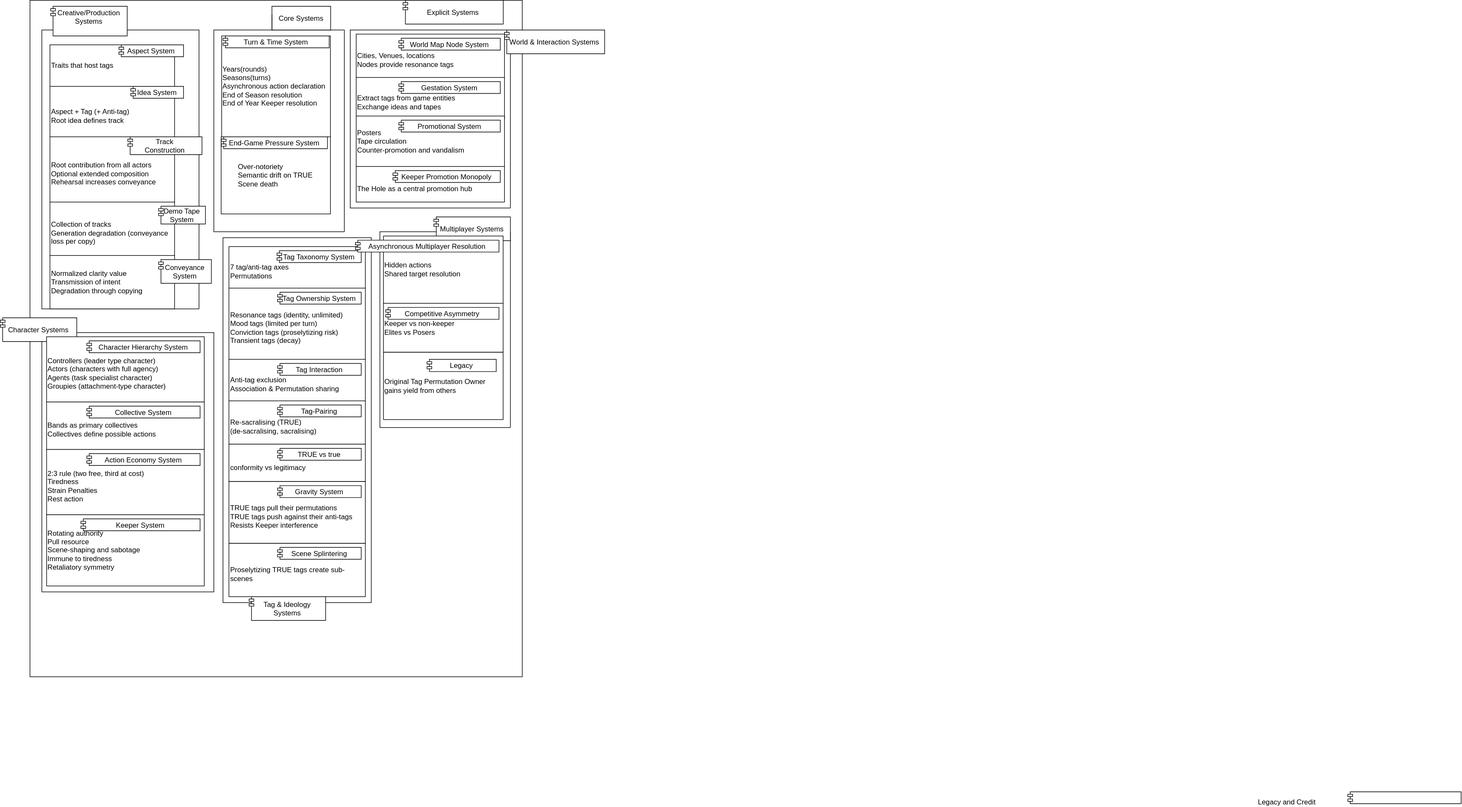
This is TheProspector/Assets/Schematics/AllSystemsReference.svg from SakuNurmiranta/TheProspector, a draw.io export, as it was before one commit. Source tidied: cells renumbered, new cells last; positions are measured from the earlier drawing's top-left corner, leaving out a move shared by most shapes.
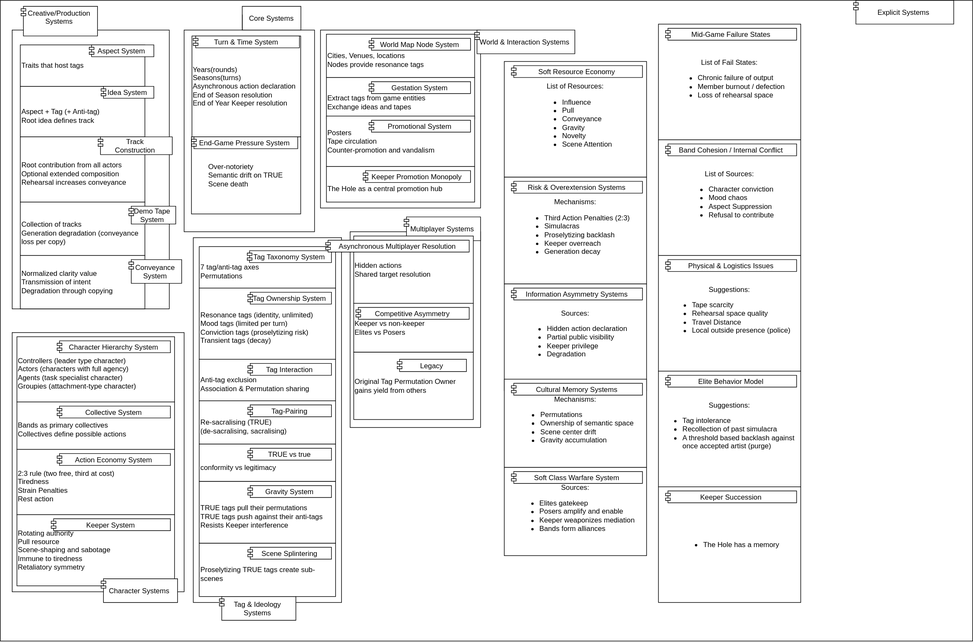
After the commit.

Diff of the diagram source:
```diff
@@ -3,7 +3,7 @@
     <mxCell id="0" />
     <mxCell id="1" parent="0" />
     <mxCell id="2" style="html=1;whiteSpace=wrap;labelPosition=center;verticalLabelPosition=top;align=center;verticalAlign=bottom;fontSize=16;horizontal=1;" parent="1" vertex="1">
-      <mxGeometry width="830" height="1140" as="geometry" />
+      <mxGeometry width="1640" height="1080" as="geometry" />
     </mxCell>
     <mxCell id="3" value="Explicit Systems" style="shape=module;jettyWidth=8;jettyHeight=4;" parent="2" vertex="1">
       <mxGeometry x="1" width="169" height="40" relative="1" as="geometry">
@@ -127,11 +127,6 @@
     <mxCell id="34" style="html=1;whiteSpace=wrap;" parent="33" vertex="1">
       <mxGeometry width="290" height="437" as="geometry" />
     </mxCell>
-    <mxCell id="35" value="Character Systems" style="shape=module;jettyWidth=8;jettyHeight=4;" parent="34" vertex="1">
-      <mxGeometry x="1" width="129" height="40" relative="1" as="geometry">
-        <mxPoint x="-360" y="-25" as="offset" />
-      </mxGeometry>
-    </mxCell>
     <mxCell id="36" value="&lt;br&gt;&lt;span style=&quot;background-color: initial;&quot;&gt;Controllers (leader type character)&lt;/span&gt;&lt;br&gt;&lt;span style=&quot;background-color: initial;&quot;&gt;Actors (characters with full agency)&lt;/span&gt;&lt;br&gt;&lt;span style=&quot;background-color: initial;&quot;&gt;Agents (task specialist character)&lt;/span&gt;&lt;br&gt;&lt;span style=&quot;background-color: initial;&quot;&gt;Groupies (attachment-type character)&lt;/span&gt;" style="html=1;whiteSpace=wrap;align=left;" parent="33" vertex="1">
       <mxGeometry x="8.1" y="7" width="265.8" height="110" as="geometry" />
     </mxCell>
@@ -164,14 +159,11 @@
         <mxPoint x="-208" y="7" as="offset" />
       </mxGeometry>
     </mxCell>
-    <mxCell id="44" style="group;" parent="1" vertex="1">
-      <mxGeometry x="1040" y="560" width="360" height="437" as="geometry" />
-    </mxCell>
-    <mxCell id="45" value="Legacy and Credit" style="shape=module;jettyWidth=8;jettyHeight=4;" parent="44" vertex="1">
-      <mxGeometry x="1182" y="774" width="191" height="20" as="geometry">
-        <mxPoint x="-198" y="7" as="offset" />
-      </mxGeometry>
-    </mxCell>
+    <mxCell id="35" value="Character Systems" style="shape=module;jettyWidth=8;jettyHeight=4;" parent="33" vertex="1">
+      <mxGeometry x="1" width="129" height="40" relative="1" as="geometry">
+        <mxPoint x="-140" y="415" as="offset" />
+      </mxGeometry>
+    </mxCell>
     <mxCell id="46" style="group;" parent="1" vertex="1">
       <mxGeometry x="325.5" y="400" width="270" height="615" as="geometry" />
     </mxCell>
@@ -272,5 +264,94 @@
     <mxCell id="71" value="Legacy" style="shape=module;jettyWidth=8;jettyHeight=4;" parent="63" vertex="1">
       <mxGeometry x="79.4" y="215" width="116.7" height="20.6" as="geometry" />
     </mxCell>
+    <mxCell id="72" value="List of Resources:&lt;br&gt;&lt;ul&gt;&lt;li style=&quot;text-align: left;&quot;&gt;Influence&lt;/li&gt;&lt;li style=&quot;text-align: left;&quot;&gt;Pull&lt;/li&gt;&lt;li style=&quot;text-align: left;&quot;&gt;Conveyance&lt;/li&gt;&lt;li style=&quot;text-align: left;&quot;&gt;Gravity&lt;/li&gt;&lt;li style=&quot;text-align: left;&quot;&gt;Novelty&lt;/li&gt;&lt;li style=&quot;text-align: left;&quot;&gt;Scene Attention&lt;/li&gt;&lt;/ul&gt;" style="html=1;whiteSpace=wrap;fontSize=12;" parent="1" vertex="1">
+      <mxGeometry x="850" y="103" width="240" height="195" as="geometry" />
+    </mxCell>
+    <mxCell id="73" value="Soft Resource Economy" style="shape=module;jettyWidth=8;jettyHeight=4;" parent="72" vertex="1">
+      <mxGeometry x="1" width="221" height="20" relative="1" as="geometry">
+        <mxPoint x="-228" y="7" as="offset" />
+      </mxGeometry>
+    </mxCell>
+    <mxCell id="74" value="Mechanisms:&lt;br&gt;&lt;ul&gt;&lt;li style=&quot;text-align: left;&quot;&gt;Third Action Penalties (2:3)&lt;/li&gt;&lt;li style=&quot;text-align: left;&quot;&gt;Simulacras&lt;/li&gt;&lt;li style=&quot;text-align: left;&quot;&gt;Proselytizing backlash&lt;/li&gt;&lt;li style=&quot;text-align: left;&quot;&gt;Keeper overreach&lt;/li&gt;&lt;li style=&quot;text-align: left;&quot;&gt;Generation decay&lt;/li&gt;&lt;/ul&gt;" style="html=1;whiteSpace=wrap;fontSize=12;" parent="1" vertex="1">
+      <mxGeometry x="850" y="298" width="240" height="180" as="geometry" />
+    </mxCell>
+    <mxCell id="75" value="Risk &amp; Overextension Systems" style="shape=module;jettyWidth=8;jettyHeight=4;" parent="74" vertex="1">
+      <mxGeometry x="1" width="221" height="20" relative="1" as="geometry">
+        <mxPoint x="-228" y="7" as="offset" />
+      </mxGeometry>
+    </mxCell>
+    <mxCell id="76" value="Sources:&lt;br&gt;&lt;ul&gt;&lt;li style=&quot;text-align: left;&quot;&gt;Hidden action declaration&lt;/li&gt;&lt;li style=&quot;text-align: left;&quot;&gt;Partial public visibility&lt;/li&gt;&lt;li style=&quot;text-align: left;&quot;&gt;Keeper privilege&lt;/li&gt;&lt;li style=&quot;text-align: left;&quot;&gt;Degradation&lt;/li&gt;&lt;/ul&gt;" style="html=1;whiteSpace=wrap;fontSize=12;" parent="1" vertex="1">
+      <mxGeometry x="850" y="478" width="240" height="180" as="geometry" />
+    </mxCell>
+    <mxCell id="77" value="Information Asymmetry Systems" style="shape=module;jettyWidth=8;jettyHeight=4;" parent="76" vertex="1">
+      <mxGeometry x="1" width="221" height="20" relative="1" as="geometry">
+        <mxPoint x="-228" y="7" as="offset" />
+      </mxGeometry>
+    </mxCell>
+    <mxCell id="78" style="group;" parent="1" vertex="1">
+      <mxGeometry x="1110" y="40" width="240" height="975" as="geometry" />
+    </mxCell>
+    <mxCell id="79" value="List of Fail States:&lt;br&gt;&lt;ul&gt;&lt;li style=&quot;text-align: left;&quot;&gt;Chronic failure of output&lt;/li&gt;&lt;li style=&quot;text-align: left;&quot;&gt;Member burnout / defection&lt;/li&gt;&lt;li style=&quot;text-align: left;&quot;&gt;Loss of rehearsal space&lt;/li&gt;&lt;/ul&gt;" style="html=1;whiteSpace=wrap;fontSize=12;" parent="78" vertex="1">
+      <mxGeometry width="240" height="195" as="geometry" />
+    </mxCell>
+    <mxCell id="80" value="Mid-Game Failure States" style="shape=module;jettyWidth=8;jettyHeight=4;" parent="79" vertex="1">
+      <mxGeometry x="1" width="221" height="20" relative="1" as="geometry">
+        <mxPoint x="-228" y="7" as="offset" />
+      </mxGeometry>
+    </mxCell>
+    <mxCell id="81" value="List of Sources:&lt;br&gt;&lt;ul&gt;&lt;li style=&quot;text-align: left;&quot;&gt;Character conviction&lt;/li&gt;&lt;li style=&quot;text-align: left;&quot;&gt;Mood chaos&lt;/li&gt;&lt;li style=&quot;text-align: left;&quot;&gt;Aspect Suppression&lt;/li&gt;&lt;li style=&quot;text-align: left;&quot;&gt;Refusal to contribute&lt;/li&gt;&lt;/ul&gt;" style="html=1;whiteSpace=wrap;fontSize=12;" parent="78" vertex="1">
+      <mxGeometry y="195" width="240" height="195" as="geometry" />
+    </mxCell>
+    <mxCell id="82" value="Band Cohesion / Internal Conflict" style="shape=module;jettyWidth=8;jettyHeight=4;" parent="81" vertex="1">
+      <mxGeometry x="1" width="221" height="20" relative="1" as="geometry">
+        <mxPoint x="-228" y="7" as="offset" />
+      </mxGeometry>
+    </mxCell>
+    <mxCell id="83" value="Suggestions:&lt;br&gt;&lt;ul&gt;&lt;li style=&quot;text-align: left;&quot;&gt;Tape scarcity&lt;/li&gt;&lt;li style=&quot;text-align: left;&quot;&gt;Rehearsal space quality&lt;/li&gt;&lt;li style=&quot;text-align: left;&quot;&gt;Travel Distance&lt;/li&gt;&lt;li style=&quot;text-align: left;&quot;&gt;Local outside presence (police)&lt;/li&gt;&lt;/ul&gt;" style="html=1;whiteSpace=wrap;fontSize=12;" parent="78" vertex="1">
+      <mxGeometry y="390" width="240" height="195" as="geometry" />
+    </mxCell>
+    <mxCell id="84" value="Physical &amp; Logistics Issues" style="shape=module;jettyWidth=8;jettyHeight=4;" parent="83" vertex="1">
+      <mxGeometry x="1" width="221" height="20" relative="1" as="geometry">
+        <mxPoint x="-228" y="7" as="offset" />
+      </mxGeometry>
+    </mxCell>
+    <mxCell id="85" value="Suggestions:&lt;br&gt;&lt;ul&gt;&lt;li style=&quot;text-align: left;&quot;&gt;Tag intolerance&lt;/li&gt;&lt;li style=&quot;text-align: left;&quot;&gt;Recollection of past simulacra&lt;/li&gt;&lt;li style=&quot;text-align: left;&quot;&gt;A threshold based backlash against once accepted artist (purge)&lt;/li&gt;&lt;/ul&gt;" style="html=1;whiteSpace=wrap;fontSize=12;" parent="78" vertex="1">
+      <mxGeometry y="585" width="240" height="195" as="geometry" />
+    </mxCell>
+    <mxCell id="86" value="Elite Behavior Model" style="shape=module;jettyWidth=8;jettyHeight=4;" parent="85" vertex="1">
+      <mxGeometry x="1" width="221" height="20" relative="1" as="geometry">
+        <mxPoint x="-228" y="7" as="offset" />
+      </mxGeometry>
+    </mxCell>
+    <mxCell id="87" value="&lt;ul&gt;&lt;li&gt;The Hole has a memory&lt;/li&gt;&lt;/ul&gt;" style="html=1;whiteSpace=wrap;fontSize=12;" parent="78" vertex="1">
+      <mxGeometry y="780" width="240" height="195" as="geometry" />
+    </mxCell>
+    <mxCell id="88" value="Keeper Succession" style="shape=module;jettyWidth=8;jettyHeight=4;" parent="87" vertex="1">
+      <mxGeometry x="1" width="221" height="20" relative="1" as="geometry">
+        <mxPoint x="-228" y="7" as="offset" />
+      </mxGeometry>
+    </mxCell>
+    <mxCell id="89" style="group;" parent="1" vertex="1">
+      <mxGeometry x="1040" y="560" width="360" height="510" as="geometry" />
+    </mxCell>
+    <mxCell id="90" value="Mechanisms:&lt;br&gt;&lt;ul&gt;&lt;li style=&quot;text-align: left;&quot;&gt;Permutations&lt;/li&gt;&lt;li style=&quot;text-align: left;&quot;&gt;Ownership of semantic space&lt;/li&gt;&lt;li style=&quot;text-align: left;&quot;&gt;Scene center drift&lt;/li&gt;&lt;li style=&quot;text-align: left;&quot;&gt;Gravity accumulation&lt;/li&gt;&lt;/ul&gt;" style="html=1;whiteSpace=wrap;fontSize=12;" parent="89" vertex="1">
+      <mxGeometry x="-190" y="78.5" width="240" height="148.8" as="geometry" />
+    </mxCell>
+    <mxCell id="91" value="Cultural Memory Systems" style="shape=module;jettyWidth=8;jettyHeight=4;" parent="90" vertex="1">
+      <mxGeometry x="1" width="221" height="20" relative="1" as="geometry">
+        <mxPoint x="-228" y="7" as="offset" />
+      </mxGeometry>
+    </mxCell>
+    <mxCell id="92" style="group;" parent="89" vertex="1">
+      <mxGeometry y="148.8" width="360" height="361.2" as="geometry" />
+    </mxCell>
+    <mxCell id="93" value="Sources:&lt;br&gt;&lt;ul&gt;&lt;li style=&quot;text-align: left;&quot;&gt;Elites gatekeep&lt;/li&gt;&lt;li style=&quot;text-align: left;&quot;&gt;Posers amplify and enable&lt;/li&gt;&lt;li style=&quot;text-align: left;&quot;&gt;Keeper weaponizes mediation&lt;/li&gt;&lt;li style=&quot;text-align: left;&quot;&gt;Bands form alliances&lt;/li&gt;&lt;/ul&gt;" style="html=1;whiteSpace=wrap;fontSize=12;" parent="92" vertex="1">
+      <mxGeometry x="-190" y="78.5" width="240" height="148.8" as="geometry" />
+    </mxCell>
+    <mxCell id="94" value="Soft Class Warfare System" style="shape=module;jettyWidth=8;jettyHeight=4;" parent="93" vertex="1">
+      <mxGeometry x="1" width="221" height="20" relative="1" as="geometry">
+        <mxPoint x="-228" y="7" as="offset" />
+      </mxGeometry>
+    </mxCell>
   </root>
 </mxGraphModel>
```
